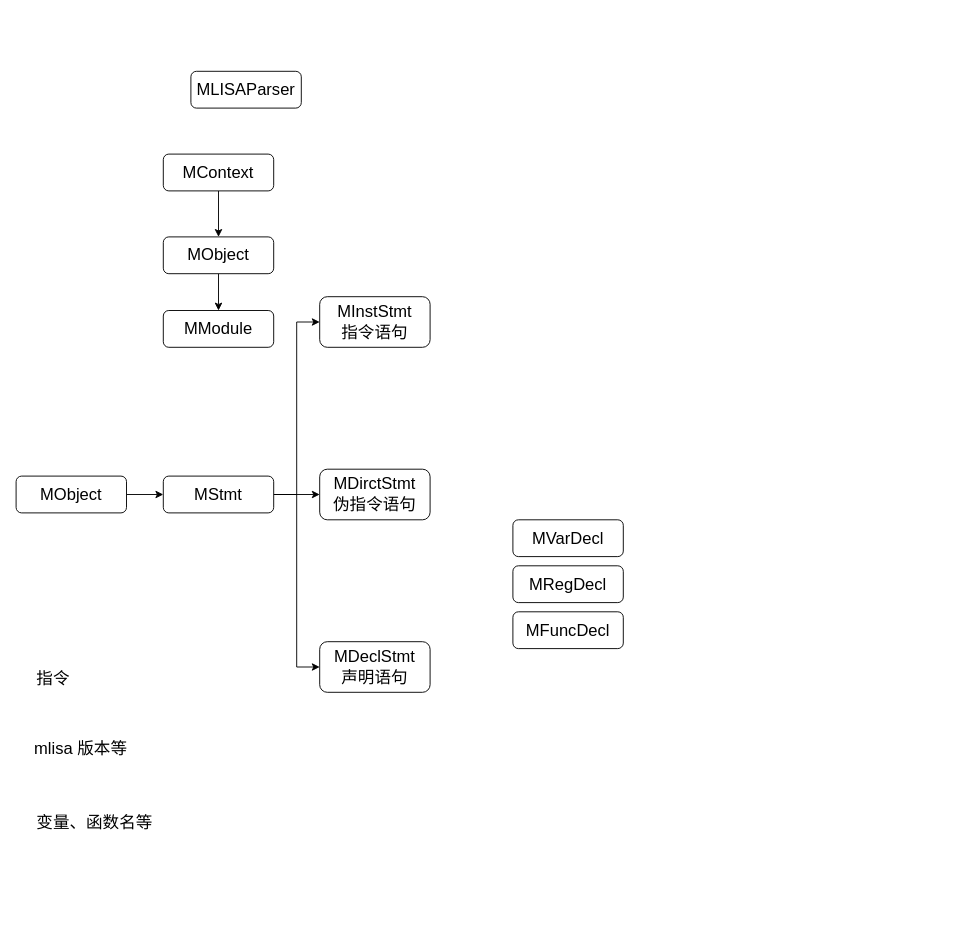
This is new_frontend.drawio from liyp1120/draw.io, a draw.io file, before an edit. Source tidied: cells renumbered, new cells numbered last; positions are measured from the earlier drawing's top-left corner, leaving out a move shared by most shapes. Both pictures are drawn from the tidied source at 92%, with x=0, y=0 at pixel (16, 71).
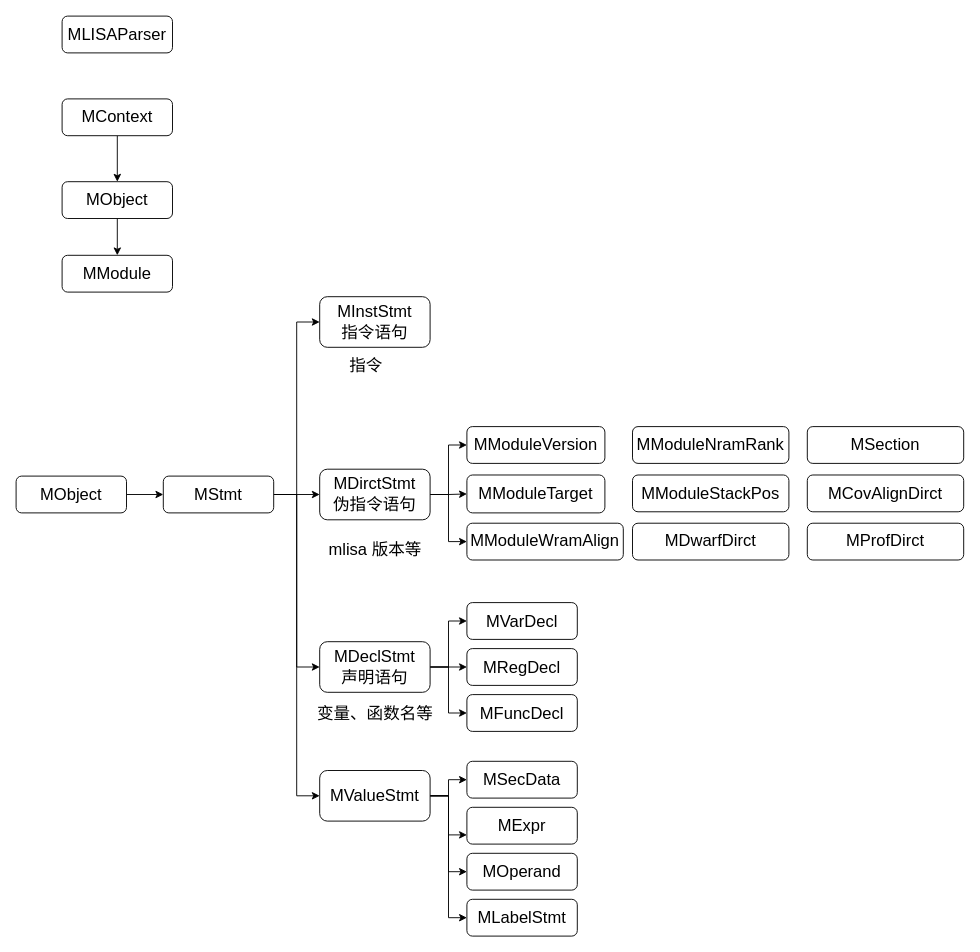
Above is the later version.

Unchanged cells that the change refers to:
```xml
<mxCell id="11" value="&lt;font style=&quot;font-size: 18px;&quot;&gt;MStmt&lt;/font&gt;" style="rounded=1;whiteSpace=wrap;html=1;fontSize=12;glass=0;strokeWidth=1;shadow=0;" parent="1" vertex="1">
  <mxGeometry x="160" y="440" width="120" height="40" as="geometry" />
</mxCell>
<mxCell id="15" value="&lt;font style=&quot;font-size: 18px;&quot;&gt;MDirctStmt&lt;br&gt;伪指令语句&lt;br&gt;&lt;/font&gt;" style="rounded=1;whiteSpace=wrap;html=1;fontSize=12;glass=0;strokeWidth=1;shadow=0;" parent="1" vertex="1">
  <mxGeometry x="330" y="432.5" width="120" height="55" as="geometry" />
</mxCell>
<mxCell id="16" value="&lt;font style=&quot;font-size: 18px;&quot;&gt;MDeclStmt&lt;br&gt;声明语句&lt;br&gt;&lt;/font&gt;" style="rounded=1;whiteSpace=wrap;html=1;fontSize=12;glass=0;strokeWidth=1;shadow=0;" parent="1" vertex="1">
  <mxGeometry x="330" y="620" width="120" height="55" as="geometry" />
</mxCell>
```

Diff of the diagram source:
```diff
@@
     <mxCell id="2" value="&lt;font style=&quot;font-size: 18px;&quot;&gt;MLISAParser&lt;/font&gt;" style="rounded=1;whiteSpace=wrap;html=1;fontSize=12;glass=0;strokeWidth=1;shadow=0;" parent="1" vertex="1">
-      <mxGeometry x="190" width="120" height="40" as="geometry" />
+      <mxGeometry x="50" y="-60" width="120" height="40" as="geometry" />
     </mxCell>
     <mxCell id="3" value="&lt;font style=&quot;font-size: 18px;&quot;&gt;MModule&lt;/font&gt;" style="rounded=1;whiteSpace=wrap;html=1;fontSize=12;glass=0;strokeWidth=1;shadow=0;" parent="1" vertex="1">
-      <mxGeometry x="160" y="260" width="120" height="40" as="geometry" />
+      <mxGeometry x="50" y="200" width="120" height="40" as="geometry" />
     </mxCell>
@@
     <mxCell id="5" value="&lt;font style=&quot;font-size: 18px;&quot;&gt;MObject&lt;/font&gt;" style="rounded=1;whiteSpace=wrap;html=1;fontSize=12;glass=0;strokeWidth=1;shadow=0;" parent="1" vertex="1">
-      <mxGeometry x="160" y="180" width="120" height="40" as="geometry" />
+      <mxGeometry x="50" y="120" width="120" height="40" as="geometry" />
     </mxCell>
@@
     <mxCell id="7" value="&lt;font style=&quot;font-size: 18px;&quot;&gt;MContext&lt;/font&gt;" style="rounded=1;whiteSpace=wrap;html=1;fontSize=12;glass=0;strokeWidth=1;shadow=0;" parent="1" vertex="1">
-      <mxGeometry x="160" y="90" width="120" height="40" as="geometry" />
+      <mxGeometry x="50" y="30" width="120" height="40" as="geometry" />
     </mxCell>
@@
+    <mxCell id="23" style="edgeStyle=orthogonalEdgeStyle;rounded=0;jettySize=auto;html=1;exitX=1;exitY=0.5;exitDx=0;exitDy=0;entryX=0;entryY=0.5;entryDx=0;entryDy=0;" parent="1" edge="1" source="11" target="43">
+      <mxGeometry relative="1" as="geometry" />
+    </mxCell>
@@
+    <mxCell id="24" style="edgeStyle=orthogonalEdgeStyle;rounded=0;jettySize=auto;html=1;exitX=1;exitY=0.5;exitDx=0;exitDy=0;entryX=0;entryY=0.5;entryDx=0;entryDy=0;" parent="1" edge="1" source="15" target="30">
+      <mxGeometry relative="1" as="geometry" />
+    </mxCell>
+    <mxCell id="25" style="edgeStyle=orthogonalEdgeStyle;rounded=0;jettySize=auto;html=1;exitX=1;exitY=0.5;exitDx=0;exitDy=0;entryX=0;entryY=0.5;entryDx=0;entryDy=0;" parent="1" edge="1" source="15" target="31">
+      <mxGeometry relative="1" as="geometry" />
+    </mxCell>
+    <mxCell id="26" style="edgeStyle=orthogonalEdgeStyle;rounded=0;jettySize=auto;html=1;exitX=1;exitY=0.5;exitDx=0;exitDy=0;entryX=0;entryY=0.5;entryDx=0;entryDy=0;" parent="1" edge="1" source="15" target="32">
+      <mxGeometry relative="1" as="geometry" />
+    </mxCell>
@@
+    <mxCell id="27" style="edgeStyle=orthogonalEdgeStyle;rounded=0;jettySize=auto;html=1;exitX=1;exitY=0.5;exitDx=0;exitDy=0;entryX=0;entryY=0.5;entryDx=0;entryDy=0;" parent="1" edge="1" source="16" target="20">
+      <mxGeometry relative="1" as="geometry" />
+    </mxCell>
+    <mxCell id="28" style="edgeStyle=orthogonalEdgeStyle;rounded=0;jettySize=auto;html=1;exitX=1;exitY=0.5;exitDx=0;exitDy=0;entryX=0;entryY=0.5;entryDx=0;entryDy=0;" parent="1" edge="1" source="16" target="21">
+      <mxGeometry relative="1" as="geometry" />
+    </mxCell>
+    <mxCell id="29" style="edgeStyle=orthogonalEdgeStyle;rounded=0;jettySize=auto;html=1;exitX=1;exitY=0.5;exitDx=0;exitDy=0;entryX=0;entryY=0.5;entryDx=0;entryDy=0;" parent="1" edge="1" source="16" target="22">
+      <mxGeometry relative="1" as="geometry" />
+    </mxCell>
@@
     <mxCell id="17" value="&lt;font style=&quot;font-size: 18px;&quot;&gt;指令&lt;/font&gt;" style="text;html=1;align=center;verticalAlign=middle;strokeColor=none;fillColor=none;" parent="1" vertex="1">
-      <mxGeometry x="10" y="640" width="60" height="40" as="geometry" />
+      <mxGeometry x="350" y="300" width="60" height="40" as="geometry" />
     </mxCell>
     <mxCell id="18" value="&lt;font style=&quot;font-size: 18px;&quot;&gt;mlisa 版本等&lt;/font&gt;" style="text;html=1;align=center;verticalAlign=middle;strokeColor=none;fillColor=none;" parent="1" vertex="1">
-      <mxGeometry x="10" y="717" width="120" height="40" as="geometry" />
+      <mxGeometry x="330" y="500" width="120" height="40" as="geometry" />
     </mxCell>
     <mxCell id="19" value="&lt;font style=&quot;font-size: 18px;&quot;&gt;变量、函数名等&lt;/font&gt;" style="text;html=1;align=center;verticalAlign=middle;strokeColor=none;fillColor=none;" parent="1" vertex="1">
-      <mxGeometry x="10" y="797" width="150" height="40" as="geometry" />
+      <mxGeometry x="315" y="677.5" width="150" height="40" as="geometry" />
     </mxCell>
     <mxCell id="20" value="&lt;font style=&quot;font-size: 18px;&quot;&gt;MVarDecl&lt;/font&gt;" style="rounded=1;whiteSpace=wrap;html=1;fontSize=12;glass=0;strokeWidth=1;shadow=0;" parent="1" vertex="1">
-      <mxGeometry x="540" y="487.5" width="120" height="40" as="geometry" />
+      <mxGeometry x="490" y="577.5" width="120" height="40" as="geometry" />
     </mxCell>
     <mxCell id="21" value="&lt;font style=&quot;font-size: 18px;&quot;&gt;MRegDecl&lt;/font&gt;" style="rounded=1;whiteSpace=wrap;html=1;fontSize=12;glass=0;strokeWidth=1;shadow=0;" parent="1" vertex="1">
-      <mxGeometry x="540" y="537.5" width="120" height="40" as="geometry" />
+      <mxGeometry x="490" y="627.5" width="120" height="40" as="geometry" />
     </mxCell>
     <mxCell id="22" value="&lt;font style=&quot;font-size: 18px;&quot;&gt;MFuncDecl&lt;/font&gt;" style="rounded=1;whiteSpace=wrap;html=1;fontSize=12;glass=0;strokeWidth=1;shadow=0;" parent="1" vertex="1">
-      <mxGeometry x="540" y="587.5" width="120" height="40" as="geometry" />
+      <mxGeometry x="490" y="677.5" width="120" height="40" as="geometry" />
     </mxCell>
+    <mxCell id="30" value="&lt;font style=&quot;font-size: 18px;&quot;&gt;MModuleVersion&lt;/font&gt;" style="rounded=1;whiteSpace=wrap;html=1;fontSize=12;glass=0;strokeWidth=1;shadow=0;" parent="1" vertex="1">
+      <mxGeometry x="490" y="386.2" width="150" height="40" as="geometry" />
+    </mxCell>
+    <mxCell id="31" value="&lt;font style=&quot;font-size: 18px;&quot;&gt;MModuleTarget&lt;/font&gt;" style="rounded=1;whiteSpace=wrap;html=1;fontSize=12;glass=0;strokeWidth=1;shadow=0;" parent="1" vertex="1">
+      <mxGeometry x="490" y="438.8" width="150" height="41.2" as="geometry" />
+    </mxCell>
+    <mxCell id="32" value="&lt;font style=&quot;font-size: 18px;&quot;&gt;MModuleWramAlign&lt;/font&gt;" style="rounded=1;whiteSpace=wrap;html=1;fontSize=12;glass=0;strokeWidth=1;shadow=0;" parent="1" vertex="1">
+      <mxGeometry x="490" y="491.2" width="170" height="40" as="geometry" />
+    </mxCell>
+    <mxCell id="33" value="&lt;font style=&quot;font-size: 18px;&quot;&gt;MModuleNramRank&lt;/font&gt;" style="rounded=1;whiteSpace=wrap;html=1;fontSize=12;glass=0;strokeWidth=1;shadow=0;" parent="1" vertex="1">
+      <mxGeometry x="670" y="386.2" width="170" height="40" as="geometry" />
+    </mxCell>
+    <mxCell id="34" value="&lt;font style=&quot;font-size: 18px;&quot;&gt;MModuleStackPos&lt;/font&gt;" style="rounded=1;whiteSpace=wrap;html=1;fontSize=12;glass=0;strokeWidth=1;shadow=0;" parent="1" vertex="1">
+      <mxGeometry x="670" y="438.8" width="170" height="40" as="geometry" />
+    </mxCell>
+    <mxCell id="35" value="&lt;font style=&quot;font-size: 18px;&quot;&gt;MDwarfDirct&lt;/font&gt;" style="rounded=1;whiteSpace=wrap;html=1;fontSize=12;glass=0;strokeWidth=1;shadow=0;" parent="1" vertex="1">
+      <mxGeometry x="670" y="491.2" width="170" height="40" as="geometry" />
+    </mxCell>
+    <mxCell id="36" value="&lt;font style=&quot;font-size: 18px;&quot;&gt;MSection&lt;/font&gt;" style="rounded=1;whiteSpace=wrap;html=1;fontSize=12;glass=0;strokeWidth=1;shadow=0;" parent="1" vertex="1">
+      <mxGeometry x="860" y="386.2" width="170" height="40" as="geometry" />
+    </mxCell>
+    <mxCell id="37" value="&lt;font style=&quot;font-size: 18px;&quot;&gt;MCovAlignDirct&lt;/font&gt;" style="rounded=1;whiteSpace=wrap;html=1;fontSize=12;glass=0;strokeWidth=1;shadow=0;" parent="1" vertex="1">
+      <mxGeometry x="860" y="438.8" width="170" height="40" as="geometry" />
+    </mxCell>
+    <mxCell id="38" value="&lt;font style=&quot;font-size: 18px;&quot;&gt;MProfDirct&lt;/font&gt;" style="rounded=1;whiteSpace=wrap;html=1;fontSize=12;glass=0;strokeWidth=1;shadow=0;" parent="1" vertex="1">
+      <mxGeometry x="860" y="491.2" width="170" height="40" as="geometry" />
+    </mxCell>
+    <mxCell id="39" style="edgeStyle=orthogonalEdgeStyle;rounded=0;jettySize=auto;html=1;exitX=1;exitY=0.5;exitDx=0;exitDy=0;entryX=0;entryY=0.5;entryDx=0;entryDy=0;" parent="1" edge="1" source="43" target="44">
+      <mxGeometry relative="1" as="geometry" />
+    </mxCell>
+    <mxCell id="40" style="edgeStyle=orthogonalEdgeStyle;rounded=0;jettySize=auto;html=1;exitX=1;exitY=0.5;exitDx=0;exitDy=0;entryX=0;entryY=0.75;entryDx=0;entryDy=0;" parent="1" edge="1" source="43" target="45">
+      <mxGeometry relative="1" as="geometry" />
+    </mxCell>
+    <mxCell id="41" style="edgeStyle=orthogonalEdgeStyle;rounded=0;jettySize=auto;html=1;exitX=1;exitY=0.5;exitDx=0;exitDy=0;entryX=0;entryY=0.5;entryDx=0;entryDy=0;" parent="1" edge="1" source="43" target="46">
+      <mxGeometry relative="1" as="geometry" />
+    </mxCell>
+    <mxCell id="42" style="edgeStyle=orthogonalEdgeStyle;rounded=0;jettySize=auto;html=1;exitX=1;exitY=0.5;exitDx=0;exitDy=0;entryX=0;entryY=0.5;entryDx=0;entryDy=0;" parent="1" edge="1" source="43" target="47">
+      <mxGeometry relative="1" as="geometry" />
+    </mxCell>
+    <mxCell id="43" value="&lt;font style=&quot;font-size: 18px;&quot;&gt;MValueStmt&lt;br&gt;&lt;/font&gt;" style="rounded=1;whiteSpace=wrap;html=1;fontSize=12;glass=0;strokeWidth=1;shadow=0;" parent="1" vertex="1">
+      <mxGeometry x="330" y="760" width="120" height="55" as="geometry" />
+    </mxCell>
+    <mxCell id="44" value="&lt;font style=&quot;font-size: 18px;&quot;&gt;MSecData&lt;/font&gt;" style="rounded=1;whiteSpace=wrap;html=1;fontSize=12;glass=0;strokeWidth=1;shadow=0;" parent="1" vertex="1">
+      <mxGeometry x="490" y="750" width="120" height="40" as="geometry" />
+    </mxCell>
+    <mxCell id="45" value="&lt;font style=&quot;font-size: 18px;&quot;&gt;MExpr&lt;/font&gt;" style="rounded=1;whiteSpace=wrap;html=1;fontSize=12;glass=0;strokeWidth=1;shadow=0;" parent="1" vertex="1">
+      <mxGeometry x="490" y="800" width="120" height="40" as="geometry" />
+    </mxCell>
+    <mxCell id="46" value="&lt;font style=&quot;font-size: 18px;&quot;&gt;MOperand&lt;/font&gt;" style="rounded=1;whiteSpace=wrap;html=1;fontSize=12;glass=0;strokeWidth=1;shadow=0;" parent="1" vertex="1">
+      <mxGeometry x="490" y="850" width="120" height="40" as="geometry" />
+    </mxCell>
+    <mxCell id="47" value="&lt;font style=&quot;font-size: 18px;&quot;&gt;MLabelStmt&lt;/font&gt;" style="rounded=1;whiteSpace=wrap;html=1;fontSize=12;glass=0;strokeWidth=1;shadow=0;" parent="1" vertex="1">
+      <mxGeometry x="490" y="900" width="120" height="40" as="geometry" />
+    </mxCell>
```
